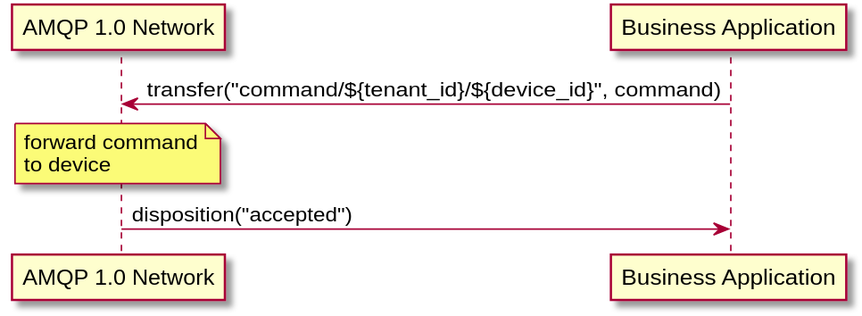
This is site/documentation/content/api/command_control_one_way_success.svg from eclipse-hono/hono, a PlantUML export, as it was before one commit.
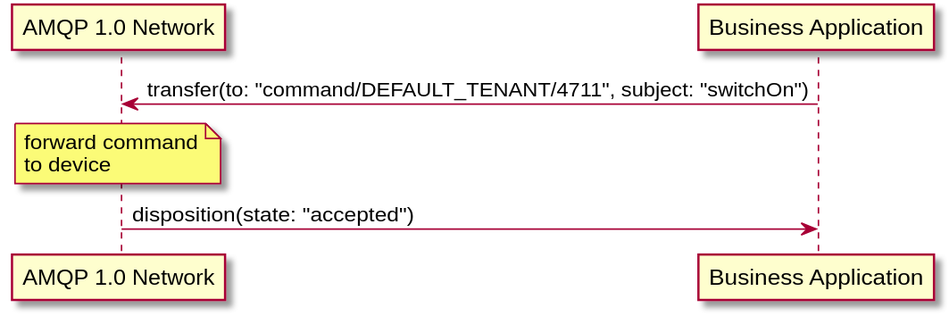
After the change.

What changed in the source:
```diff
@@ -4,10 +4,10 @@
 participant "AMQP 1.0 Network"
 participant "Business Application"
 
-"Business Application" -> "AMQP 1.0 Network": transfer("command/${tenant_id}/${device_id}", command)
+"Business Application" -> "AMQP 1.0 Network": transfer(to: "command/DEFAULT_TENANT/4711", subject: "switchOn")
 note over "AMQP 1.0 Network"
 forward command
 to device
 end note
-"AMQP 1.0 Network" -> "Business Application": disposition("accepted")
+"AMQP 1.0 Network" -> "Business Application": disposition(state: "accepted")
 @enduml
```
